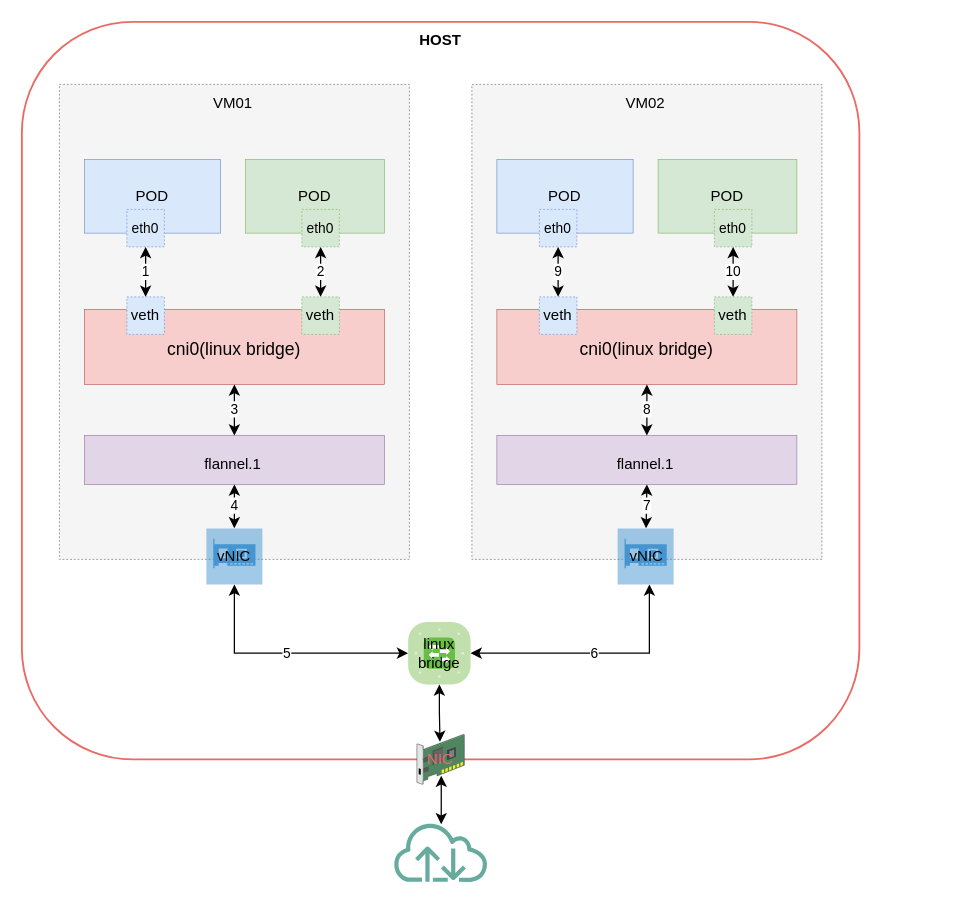
Before: all_in_one_different_host.drawio in qinxinliang/diagrams, a draw.io diagram. Source tidied: cells renumbered, new cells numbered last; positions are measured from the earlier drawing's top-left corner, leaving out a move shared by most shapes. Both pictures are drawn from the tidied source at 125%, with x=0, y=0 at pixel (21, 21).
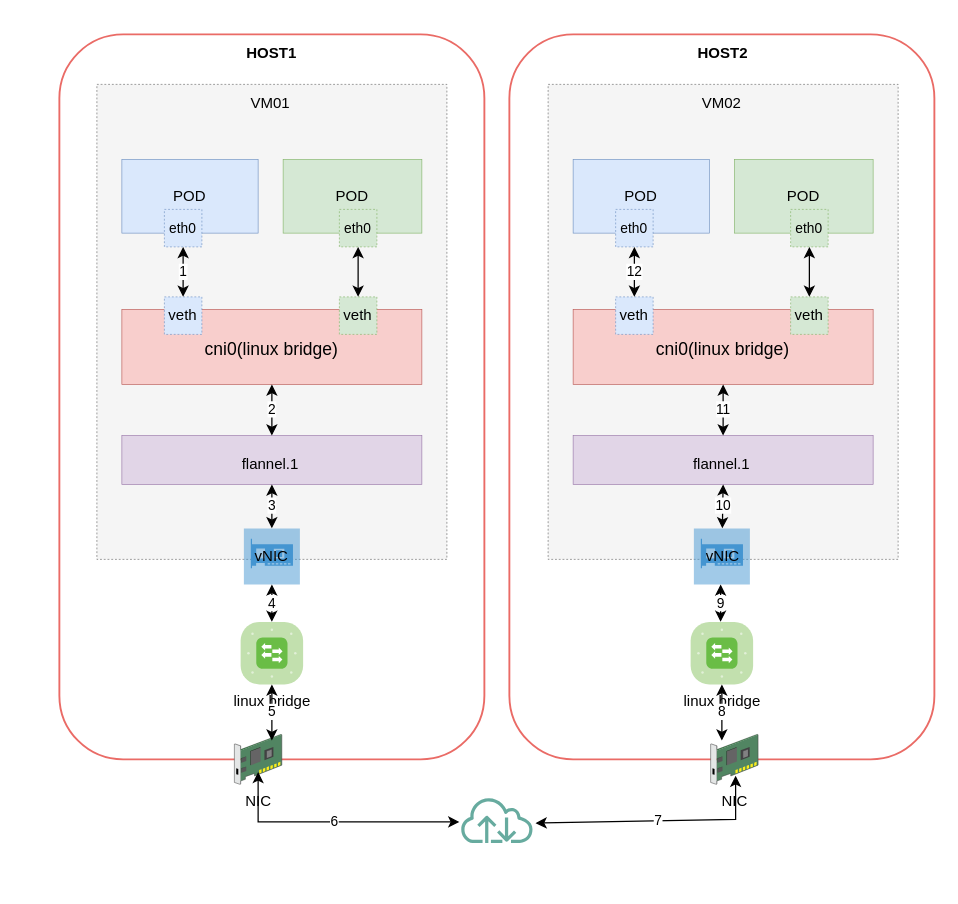
The same diagram, later.

Diff of the diagram source:
```diff
@@
+    <mxCell id="47" style="rounded=1;whiteSpace=wrap;html=1;strokeWidth=1.5;comic=0;fillColor=none;strokeColor=#EA6B66;" parent="1" vertex="1">
+      <mxGeometry x="390" y="10" width="340" height="580" as="geometry" />
+    </mxCell>
     <mxCell id="2" style="rounded=1;whiteSpace=wrap;html=1;strokeWidth=1.5;comic=0;fillColor=none;strokeColor=#EA6B66;" parent="1" vertex="1">
-      <mxGeometry width="670" height="590" as="geometry" />
+      <mxGeometry x="30" y="10" width="340" height="580" as="geometry" />
     </mxCell>
     <mxCell id="3" style="rounded=0;whiteSpace=wrap;html=1;strokeWidth=0.5;dashed=1;fillColor=#f5f5f5;fontColor=#333333;strokeColor=#666666;comic=0;" parent="1" vertex="1">
-      <mxGeometry x="30" y="50" width="280" height="380" as="geometry" />
+      <mxGeometry x="60" y="50" width="280" height="380" as="geometry" />
     </mxCell>
     <mxCell id="4" value="POD" style="rounded=0;whiteSpace=wrap;html=1;strokeWidth=0.5;fillColor=#dae8fc;strokeColor=#6c8ebf;comic=0;" parent="1" vertex="1">
-      <mxGeometry x="50" y="110" width="109" height="59" as="geometry" />
+      <mxGeometry x="80" y="110" width="109" height="59" as="geometry" />
     </mxCell>
     <mxCell id="5" value="&lt;div&gt;&lt;br&gt;&lt;/div&gt;&lt;div&gt;cni0(linux bridge)&lt;/div&gt;" style="whiteSpace=wrap;html=1;fillColor=#f8cecc;fontSize=14;strokeColor=#b85450;verticalAlign=top;strokeWidth=0.5;comic=0;" parent="1" vertex="1">
-      <mxGeometry x="50" y="230" width="240" height="60" as="geometry" />
+      <mxGeometry x="80" y="230" width="240" height="60" as="geometry" />
     </mxCell>
     <mxCell id="6" value="VM01" style="text;html=1;strokeColor=none;fillColor=none;align=center;verticalAlign=middle;whiteSpace=wrap;rounded=0;comic=0;" parent="1" vertex="1">
-      <mxGeometry x="139" y="50" width="60" height="30" as="geometry" />
+      <mxGeometry x="169" y="50" width="60" height="30" as="geometry" />
     </mxCell>
     <mxCell id="7" value="POD" style="rounded=0;whiteSpace=wrap;html=1;strokeWidth=0.5;fillColor=#d5e8d4;strokeColor=#82b366;comic=0;" parent="1" vertex="1">
-      <mxGeometry x="179" y="110" width="111" height="59" as="geometry" />
+      <mxGeometry x="209" y="110" width="111" height="59" as="geometry" />
     </mxCell>
     <mxCell id="8" value="&lt;font style=&quot;font-size: 11px;&quot;&gt;eth0&lt;/font&gt;" style="rounded=0;whiteSpace=wrap;html=1;strokeWidth=0.5;fillColor=#dae8fc;strokeColor=#6c8ebf;dashed=1;comic=0;" parent="1" vertex="1">
-      <mxGeometry x="84" y="150" width="30" height="30" as="geometry" />
+      <mxGeometry x="114" y="150" width="30" height="30" as="geometry" />
     </mxCell>
     <mxCell id="9" value="veth" style="rounded=0;whiteSpace=wrap;html=1;strokeWidth=0.5;fillColor=#dae8fc;strokeColor=#6c8ebf;dashed=1;comic=0;" parent="1" vertex="1">
-      <mxGeometry x="84" y="220" width="30" height="30" as="geometry" />
+      <mxGeometry x="114" y="220" width="30" height="30" as="geometry" />
     </mxCell>
@@
     <mxCell id="11" value="&lt;font style=&quot;font-size: 11px;&quot;&gt;eth0&lt;/font&gt;" style="rounded=0;whiteSpace=wrap;html=1;strokeWidth=0.5;fillColor=#d5e8d4;strokeColor=#82b366;dashed=1;comic=0;" parent="1" vertex="1">
-      <mxGeometry x="224" y="150" width="30" height="30" as="geometry" />
+      <mxGeometry x="254" y="150" width="30" height="30" as="geometry" />
     </mxCell>
     <mxCell id="12" value="veth" style="rounded=0;whiteSpace=wrap;html=1;strokeWidth=0.5;fillColor=#d5e8d4;strokeColor=#82b366;dashed=1;comic=0;" parent="1" vertex="1">
-      <mxGeometry x="224" y="220" width="30" height="30" as="geometry" />
+      <mxGeometry x="254" y="220" width="30" height="30" as="geometry" />
     </mxCell>
-    <mxCell id="13" value="2" style="endArrow=classic;startArrow=classic;html=1;rounded=0;entryX=0.5;entryY=1;entryDx=0;entryDy=0;exitX=0.5;exitY=0;exitDx=0;exitDy=0;comic=0;" parent="1" edge="1" source="12" target="11">
+    <mxCell id="13" style="endArrow=classic;startArrow=classic;html=1;rounded=0;entryX=0.5;entryY=1;entryDx=0;entryDy=0;exitX=0.5;exitY=0;exitDx=0;exitDy=0;comic=0;" parent="1" edge="1" source="12" target="11">
       <mxGeometry relative="1" as="geometry" />
     </mxCell>
     <mxCell id="14" style="whiteSpace=wrap;html=1;fillColor=#e1d5e7;fontSize=14;strokeColor=#9673a6;verticalAlign=top;strokeWidth=0.5;comic=0;" parent="1" vertex="1">
-      <mxGeometry x="50" y="331" width="240" height="39" as="geometry" />
+      <mxGeometry x="80" y="331" width="240" height="39" as="geometry" />
     </mxCell>
     <mxCell id="15" value="&lt;div&gt;&lt;br&gt;&lt;/div&gt;&lt;div&gt;flannel.1&lt;/div&gt;" style="text;html=1;strokeColor=none;fillColor=none;align=center;verticalAlign=middle;whiteSpace=wrap;rounded=0;comic=0;" parent="1" vertex="1">
-      <mxGeometry x="139" y="341" width="60" height="10" as="geometry" />
+      <mxGeometry x="169" y="341" width="60" height="10" as="geometry" />
     </mxCell>
     <mxCell id="16" style="rounded=0;whiteSpace=wrap;html=1;strokeWidth=0.5;dashed=1;fillColor=#f5f5f5;fontColor=#333333;strokeColor=#666666;comic=0;" parent="1" vertex="1">
-      <mxGeometry x="360" y="50" width="280" height="380" as="geometry" />
+      <mxGeometry x="421" y="50" width="280" height="380" as="geometry" />
     </mxCell>
     <mxCell id="17" value="POD" style="rounded=0;whiteSpace=wrap;html=1;strokeWidth=0.5;fillColor=#dae8fc;strokeColor=#6c8ebf;comic=0;" parent="1" vertex="1">
-      <mxGeometry x="380" y="110" width="109" height="59" as="geometry" />
+      <mxGeometry x="441" y="110" width="109" height="59" as="geometry" />
     </mxCell>
     <mxCell id="18" value="&lt;div&gt;&lt;br&gt;&lt;/div&gt;&lt;div&gt;cni0(linux bridge)&lt;/div&gt;" style="whiteSpace=wrap;html=1;fillColor=#f8cecc;fontSize=14;strokeColor=#b85450;verticalAlign=top;strokeWidth=0.5;comic=0;" parent="1" vertex="1">
-      <mxGeometry x="380" y="230" width="240" height="60" as="geometry" />
+      <mxGeometry x="441" y="230" width="240" height="60" as="geometry" />
     </mxCell>
     <mxCell id="19" value="VM02" style="text;html=1;strokeColor=none;fillColor=none;align=center;verticalAlign=middle;whiteSpace=wrap;rounded=0;comic=0;" parent="1" vertex="1">
-      <mxGeometry x="469" y="50" width="60" height="30" as="geometry" />
+      <mxGeometry x="530" y="50" width="60" height="30" as="geometry" />
     </mxCell>
-    <mxCell id="20" style="shadow=0;dashed=0;html=1;labelPosition=center;verticalLabelPosition=bottom;verticalAlign=top;align=center;outlineConnect=0;shape=mxgraph.veeam.3d.network_card;comic=0;" parent="1" vertex="1">
-      <mxGeometry x="316" y="570" width="38" height="40" as="geometry" />
+    <mxCell id="20" value="NIC" style="shadow=0;dashed=0;html=1;labelPosition=center;verticalLabelPosition=bottom;verticalAlign=top;align=center;outlineConnect=0;shape=mxgraph.veeam.3d.network_card;comic=0;" parent="1" vertex="1">
+      <mxGeometry x="170" y="570" width="38" height="40" as="geometry" />
     </mxCell>
     <mxCell id="21" value="POD" style="rounded=0;whiteSpace=wrap;html=1;strokeWidth=0.5;fillColor=#d5e8d4;strokeColor=#82b366;comic=0;" parent="1" vertex="1">
-      <mxGeometry x="509" y="110" width="111" height="59" as="geometry" />
+      <mxGeometry x="570" y="110" width="111" height="59" as="geometry" />
     </mxCell>
     <mxCell id="22" value="&lt;font style=&quot;font-size: 11px;&quot;&gt;eth0&lt;/font&gt;" style="rounded=0;whiteSpace=wrap;html=1;strokeWidth=0.5;fillColor=#dae8fc;strokeColor=#6c8ebf;dashed=1;comic=0;" parent="1" vertex="1">
-      <mxGeometry x="414" y="150" width="30" height="30" as="geometry" />
+      <mxGeometry x="475" y="150" width="30" height="30" as="geometry" />
     </mxCell>
     <mxCell id="23" value="veth" style="rounded=0;whiteSpace=wrap;html=1;strokeWidth=0.5;fillColor=#dae8fc;strokeColor=#6c8ebf;dashed=1;comic=0;" parent="1" vertex="1">
-      <mxGeometry x="414" y="220" width="30" height="30" as="geometry" />
+      <mxGeometry x="475" y="220" width="30" height="30" as="geometry" />
     </mxCell>
-    <mxCell id="24" value="9" style="endArrow=classic;startArrow=classic;html=1;rounded=0;entryX=0.5;entryY=1;entryDx=0;entryDy=0;exitX=0.5;exitY=0;exitDx=0;exitDy=0;comic=0;" parent="1" edge="1" source="23" target="22">
+    <mxCell id="24" value="12" style="endArrow=classic;startArrow=classic;html=1;rounded=0;entryX=0.5;entryY=1;entryDx=0;entryDy=0;exitX=0.5;exitY=0;exitDx=0;exitDy=0;comic=0;" parent="1" edge="1" source="23" target="22">
       <mxGeometry relative="1" as="geometry" />
     </mxCell>
     <mxCell id="25" value="&lt;font style=&quot;font-size: 11px;&quot;&gt;eth0&lt;/font&gt;" style="rounded=0;whiteSpace=wrap;html=1;strokeWidth=0.5;fillColor=#d5e8d4;strokeColor=#82b366;dashed=1;comic=0;" parent="1" vertex="1">
-      <mxGeometry x="554" y="150" width="30" height="30" as="geometry" />
+      <mxGeometry x="615" y="150" width="30" height="30" as="geometry" />
     </mxCell>
     <mxCell id="26" value="veth" style="rounded=0;whiteSpace=wrap;html=1;strokeWidth=0.5;fillColor=#d5e8d4;strokeColor=#82b366;dashed=1;comic=0;" parent="1" vertex="1">
-      <mxGeometry x="554" y="220" width="30" height="30" as="geometry" />
+      <mxGeometry x="615" y="220" width="30" height="30" as="geometry" />
     </mxCell>
-    <mxCell id="27" value="10" style="endArrow=classic;startArrow=classic;html=1;rounded=0;entryX=0.5;entryY=1;entryDx=0;entryDy=0;exitX=0.5;exitY=0;exitDx=0;exitDy=0;comic=0;" parent="1" edge="1" source="26" target="25">
+    <mxCell id="27" style="endArrow=classic;startArrow=classic;html=1;rounded=0;entryX=0.5;entryY=1;entryDx=0;entryDy=0;exitX=0.5;exitY=0;exitDx=0;exitDy=0;comic=0;" parent="1" edge="1" source="26" target="25">
       <mxGeometry relative="1" as="geometry" />
     </mxCell>
     <mxCell id="28" style="whiteSpace=wrap;html=1;fillColor=#e1d5e7;fontSize=14;strokeColor=#9673a6;verticalAlign=top;strokeWidth=0.5;comic=0;" parent="1" vertex="1">
-      <mxGeometry x="380" y="331" width="240" height="39" as="geometry" />
+      <mxGeometry x="441" y="331" width="240" height="39" as="geometry" />
     </mxCell>
     <mxCell id="29" value="&lt;div&gt;&lt;br&gt;&lt;/div&gt;&lt;div&gt;flannel.1&lt;/div&gt;" style="text;html=1;strokeColor=none;fillColor=none;align=center;verticalAlign=middle;whiteSpace=wrap;rounded=0;comic=0;" parent="1" vertex="1">
-      <mxGeometry x="469" y="341" width="60" height="10" as="geometry" />
+      <mxGeometry x="530" y="341" width="60" height="10" as="geometry" />
     </mxCell>
-    <mxCell id="30" value="3" style="endArrow=classic;startArrow=classic;html=1;rounded=0;entryX=0.5;entryY=1;entryDx=0;entryDy=0;exitX=0.5;exitY=0;exitDx=0;exitDy=0;comic=0;" parent="1" edge="1" source="14" target="5">
-      <mxGeometry relative="1" as="geometry" />
+    <mxCell id="30" value="2" style="endArrow=classic;startArrow=classic;html=1;rounded=0;entryX=0.5;entryY=1;entryDx=0;entryDy=0;exitX=0.5;exitY=0;exitDx=0;exitDy=0;comic=0;" parent="1" edge="1" source="14" target="5">
+      <mxGeometry x="0.02" relative="1" as="geometry" />
     </mxCell>
-    <mxCell id="31" value="7" style="endArrow=classic;startArrow=classic;html=1;rounded=0;entryX=0.5;entryY=1;entryDx=0;entryDy=0;comic=0;" parent="1" edge="1" source="37" target="28">
+    <mxCell id="31" value="10" style="endArrow=classic;startArrow=classic;html=1;rounded=0;entryX=0.5;entryY=1;entryDx=0;entryDy=0;comic=0;" parent="1" edge="1" source="37" target="28">
       <mxGeometry relative="1" as="geometry" />
     </mxCell>
-    <mxCell id="32" value="8" style="endArrow=classic;startArrow=classic;html=1;rounded=0;entryX=0.5;entryY=1;entryDx=0;entryDy=0;exitX=0.5;exitY=0;exitDx=0;exitDy=0;comic=0;" parent="1" edge="1" source="28" target="18">
+    <mxCell id="32" value="11" style="endArrow=classic;startArrow=classic;html=1;rounded=0;entryX=0.5;entryY=1;entryDx=0;entryDy=0;exitX=0.5;exitY=0;exitDx=0;exitDy=0;comic=0;" parent="1" edge="1" source="28" target="18">
       <mxGeometry relative="1" as="geometry" />
     </mxCell>
-    <mxCell id="33" style="verticalLabelPosition=bottom;sketch=0;html=1;fillColor=#6ABD46;strokeColor=#ffffff;verticalAlign=top;align=center;points=[[0.085,0.085,0],[0.915,0.085,0],[0.915,0.915,0],[0.085,0.915,0],[0.25,0,0],[0.5,0,0],[0.75,0,0],[1,0.25,0],[1,0.5,0],[1,0.75,0],[0.75,1,0],[0.5,1,0],[0.25,1,0],[0,0.75,0],[0,0.5,0],[0,0.25,0]];shape=mxgraph.cisco_safe.compositeIcon;bgIcon=mxgraph.cisco_safe.architecture.generic_appliance;resIcon=mxgraph.cisco_safe.architecture.switch;comic=0;" parent="1" vertex="1">
-      <mxGeometry x="309" y="480" width="50" height="50" as="geometry" />
+    <mxCell id="33" value="linux bridge" style="verticalLabelPosition=bottom;sketch=0;html=1;fillColor=#6ABD46;strokeColor=#ffffff;verticalAlign=top;align=center;points=[[0.085,0.085,0],[0.915,0.085,0],[0.915,0.915,0],[0.085,0.915,0],[0.25,0,0],[0.5,0,0],[0.75,0,0],[1,0.25,0],[1,0.5,0],[1,0.75,0],[0.75,1,0],[0.5,1,0],[0.25,1,0],[0,0.75,0],[0,0.5,0],[0,0.25,0]];shape=mxgraph.cisco_safe.compositeIcon;bgIcon=mxgraph.cisco_safe.architecture.generic_appliance;resIcon=mxgraph.cisco_safe.architecture.switch;comic=0;" parent="1" vertex="1">
+      <mxGeometry x="175" y="480" width="50" height="50" as="geometry" />
     </mxCell>
-    <mxCell id="34" value="5" style="endArrow=classic;startArrow=classic;html=1;rounded=0;exitX=0;exitY=0.5;exitDx=0;exitDy=0;exitPerimeter=0;comic=0;" parent="1" edge="1" source="33" target="36">
-      <mxGeometry relative="1" as="geometry">
-        <Array as="points">
-          <mxPoint x="170" y="505" />
-        </Array>
-      </mxGeometry>
-    </mxCell>
-    <mxCell id="35" value="6" style="endArrow=classic;startArrow=classic;html=1;rounded=0;exitX=1;exitY=0.5;exitDx=0;exitDy=0;exitPerimeter=0;comic=0;entryX=0.567;entryY=1;entryDx=0;entryDy=0;entryPerimeter=0;" parent="1" edge="1" source="33" target="37">
-      <mxGeometry relative="1" as="geometry">
-        <Array as="points">
-          <mxPoint x="502" y="505" />
-        </Array>
-      </mxGeometry>
-    </mxCell>
     <mxCell id="36" style="shadow=0;dashed=0;html=1;strokeColor=none;fillColor=#4495D1;labelPosition=center;verticalLabelPosition=bottom;verticalAlign=top;align=center;outlineConnect=0;shape=mxgraph.veeam.2d.vnic;comic=0;" parent="1" vertex="1">
-      <mxGeometry x="147.6" y="405.2" width="44.8" height="44.8" as="geometry" />
+      <mxGeometry x="177.6" y="405.2" width="44.8" height="44.8" as="geometry" />
     </mxCell>
     <mxCell id="37" style="shadow=0;dashed=0;html=1;strokeColor=none;fillColor=#4495D1;labelPosition=center;verticalLabelPosition=bottom;verticalAlign=top;align=center;outlineConnect=0;shape=mxgraph.veeam.2d.vnic;comic=0;" parent="1" vertex="1">
-      <mxGeometry x="476.6" y="405.2" width="44.8" height="44.8" as="geometry" />
+      <mxGeometry x="537.6" y="405.2" width="44.8" height="44.8" as="geometry" />
     </mxCell>
-    <mxCell id="38" value="4" style="endArrow=classic;startArrow=classic;html=1;rounded=0;entryX=0.5;entryY=1;entryDx=0;entryDy=0;comic=0;" parent="1" edge="1" source="36" target="14">
+    <mxCell id="38" value="3" style="endArrow=classic;startArrow=classic;html=1;rounded=0;entryX=0.5;entryY=1;entryDx=0;entryDy=0;comic=0;" parent="1" edge="1" source="36" target="14">
       <mxGeometry relative="1" as="geometry" />
     </mxCell>
-    <mxCell id="39" value="&lt;b&gt;HOST&lt;/b&gt;" style="text;html=1;strokeColor=none;fillColor=none;align=center;verticalAlign=middle;whiteSpace=wrap;rounded=0;comic=0;" parent="1" vertex="1">
-      <mxGeometry x="305" width="60" height="30" as="geometry" />
+    <mxCell id="39" value="&lt;b&gt;HOST1&lt;/b&gt;" style="text;html=1;strokeColor=none;fillColor=none;align=center;verticalAlign=middle;whiteSpace=wrap;rounded=0;comic=0;" parent="1" vertex="1">
+      <mxGeometry x="170" y="10" width="60" height="30" as="geometry" />
     </mxCell>
-    <mxCell id="40" style="endArrow=classic;startArrow=classic;html=1;rounded=0;entryX=0.5;entryY=1;entryDx=0;entryDy=0;entryPerimeter=0;strokeColor=#000000;comic=0;exitX=0.483;exitY=-0.3;exitDx=0;exitDy=0;exitPerimeter=0;" parent="1" edge="1">
-      <mxGeometry relative="1" as="geometry">
-        <mxPoint x="334.5" y="576" as="sourcePoint" />
-        <mxPoint x="334" y="530" as="targetPoint" />
-        <Array as="points">
-          <mxPoint x="334" y="552" />
-        </Array>
-      </mxGeometry>
-    </mxCell>
     <mxCell id="41" value="vNIC" style="text;html=1;strokeColor=none;fillColor=none;align=center;verticalAlign=middle;whiteSpace=wrap;rounded=0;comic=0;" parent="1" vertex="1">
-      <mxGeometry x="155" y="417.6" width="30" height="20" as="geometry" />
+      <mxGeometry x="185" y="417.6" width="30" height="20" as="geometry" />
     </mxCell>
     <mxCell id="42" value="vNIC" style="text;html=1;strokeColor=none;fillColor=none;align=center;verticalAlign=middle;whiteSpace=wrap;rounded=0;comic=0;" parent="1" vertex="1">
-      <mxGeometry x="485" y="417.6" width="30" height="20" as="geometry" />
+      <mxGeometry x="546" y="417.6" width="30" height="20" as="geometry" />
     </mxCell>
+    <mxCell id="44" style="sketch=0;outlineConnect=0;fontColor=#232F3E;gradientColor=none;fillColor=#67AB9F;strokeColor=none;dashed=0;verticalLabelPosition=bottom;verticalAlign=top;align=center;html=1;fontSize=12;fontStyle=0;shape=mxgraph.aws4.internet;comic=0;" parent="1" vertex="1">
+      <mxGeometry x="350" y="620" width="60" height="36.9" as="geometry" />
+    </mxCell>
-    <mxCell id="43" value="linux bridge" style="text;html=1;strokeColor=none;fillColor=none;align=center;verticalAlign=middle;whiteSpace=wrap;rounded=0;comic=0;" parent="1" vertex="1">
-      <mxGeometry x="319" y="495" width="30" height="20" as="geometry" />
+    <mxCell id="43" value="linux bridge" style="verticalLabelPosition=bottom;sketch=0;html=1;fillColor=#6ABD46;strokeColor=#ffffff;verticalAlign=top;align=center;shape=mxgraph.cisco_safe.compositeIcon;bgIcon=mxgraph.cisco_safe.architecture.generic_appliance;resIcon=mxgraph.cisco_safe.architecture.switch;comic=0;" parent="1" vertex="1">
+      <mxGeometry x="535" y="480" width="50" height="50" as="geometry" />
     </mxCell>
-    <mxCell id="44" style="sketch=0;outlineConnect=0;fontColor=#232F3E;gradientColor=none;fillColor=#67AB9F;strokeColor=none;dashed=0;verticalLabelPosition=bottom;verticalAlign=top;align=center;html=1;fontSize=12;fontStyle=0;shape=mxgraph.aws4.internet;comic=0;" parent="1" vertex="1">
-      <mxGeometry x="296" y="640" width="78" height="48" as="geometry" />
-    </mxCell>
-    <mxCell id="45" style="endArrow=classic;startArrow=classic;html=1;rounded=0;entryX=0.619;entryY=0.75;entryDx=0;entryDy=0;comic=0;exitX=0.561;exitY=-0.021;exitDx=0;exitDy=0;exitPerimeter=0;entryPerimeter=0;" parent="1" edge="1">
-      <mxGeometry relative="1" as="geometry">
-        <mxPoint x="335.5" y="642" as="sourcePoint" />
-        <mxPoint x="335.5" y="603" as="targetPoint" />
-      </mxGeometry>
-    </mxCell>
-    <mxCell id="46" value="&lt;font color=&quot;#ea6b66&quot;&gt;NIC&lt;/font&gt;" style="text;html=1;strokeColor=none;fillColor=none;align=center;verticalAlign=middle;whiteSpace=wrap;rounded=0;comic=0;" parent="1" vertex="1">
-      <mxGeometry x="320" y="580" width="30" height="20" as="geometry" />
+    <mxCell id="46" value="NIC" style="shadow=0;dashed=0;html=1;labelPosition=center;verticalLabelPosition=bottom;verticalAlign=top;align=center;outlineConnect=0;shape=mxgraph.veeam.3d.network_card;comic=0;" parent="1" vertex="1">
+      <mxGeometry x="551" y="570" width="38" height="40" as="geometry" />
     </mxCell>
+    <mxCell id="48" value="&lt;b&gt;HOST2&lt;/b&gt;" style="text;html=1;strokeColor=none;fillColor=none;align=center;verticalAlign=middle;whiteSpace=wrap;rounded=0;comic=0;" parent="1" vertex="1">
+      <mxGeometry x="531" y="10" width="60" height="30" as="geometry" />
+    </mxCell>
+    <mxCell id="49" value="4" style="endArrow=classic;startArrow=classic;html=1;rounded=0;comic=0;" parent="1" edge="1">
+      <mxGeometry relative="1" as="geometry">
+        <mxPoint x="200" y="480" as="sourcePoint" />
+        <mxPoint x="200" y="450" as="targetPoint" />
+      </mxGeometry>
+    </mxCell>
+    <mxCell id="34" value="5" style="endArrow=classic;startArrow=classic;html=1;rounded=0;entryX=0.5;entryY=1;entryDx=0;entryDy=0;comic=0;entryPerimeter=0;" parent="1" edge="1" target="33">
+      <mxGeometry relative="1" as="geometry">
+        <mxPoint x="200" y="575" as="sourcePoint" />
+      </mxGeometry>
+    </mxCell>
+    <mxCell id="35" value="6" style="endArrow=classic;startArrow=classic;html=1;rounded=0;exitX=0.5;exitY=0.75;exitDx=0;exitDy=0;exitPerimeter=0;" parent="1" edge="1" source="20">
+      <mxGeometry relative="1" as="geometry">
+        <mxPoint x="350" y="640" as="targetPoint" />
+        <Array as="points">
+          <mxPoint x="189" y="640" />
+        </Array>
+      </mxGeometry>
+    </mxCell>
+    <mxCell id="50" value="7" style="endArrow=classic;startArrow=classic;html=1;rounded=0;exitX=1.043;exitY=0.569;exitDx=0;exitDy=0;exitPerimeter=0;entryX=0.526;entryY=0.825;entryDx=0;entryDy=0;entryPerimeter=0;" parent="1" edge="1" source="44" target="46">
+      <mxGeometry relative="1" as="geometry">
+        <Array as="points">
+          <mxPoint x="571" y="638" />
+        </Array>
+      </mxGeometry>
+    </mxCell>
+    <mxCell id="51" value="8" style="endArrow=classic;startArrow=classic;html=1;rounded=0;entryX=0.5;entryY=1;entryDx=0;entryDy=0;comic=0;entryPerimeter=0;" parent="1" edge="1">
+      <mxGeometry relative="1" as="geometry">
+        <mxPoint x="560" y="575" as="sourcePoint" />
+        <mxPoint x="560" y="530" as="targetPoint" />
+      </mxGeometry>
+    </mxCell>
+    <mxCell id="52" value="9" style="endArrow=classic;startArrow=classic;html=1;rounded=0;comic=0;" parent="1" edge="1">
+      <mxGeometry relative="1" as="geometry">
+        <mxPoint x="559" y="480" as="sourcePoint" />
+        <mxPoint x="559" y="450" as="targetPoint" />
+      </mxGeometry>
+    </mxCell>
```
